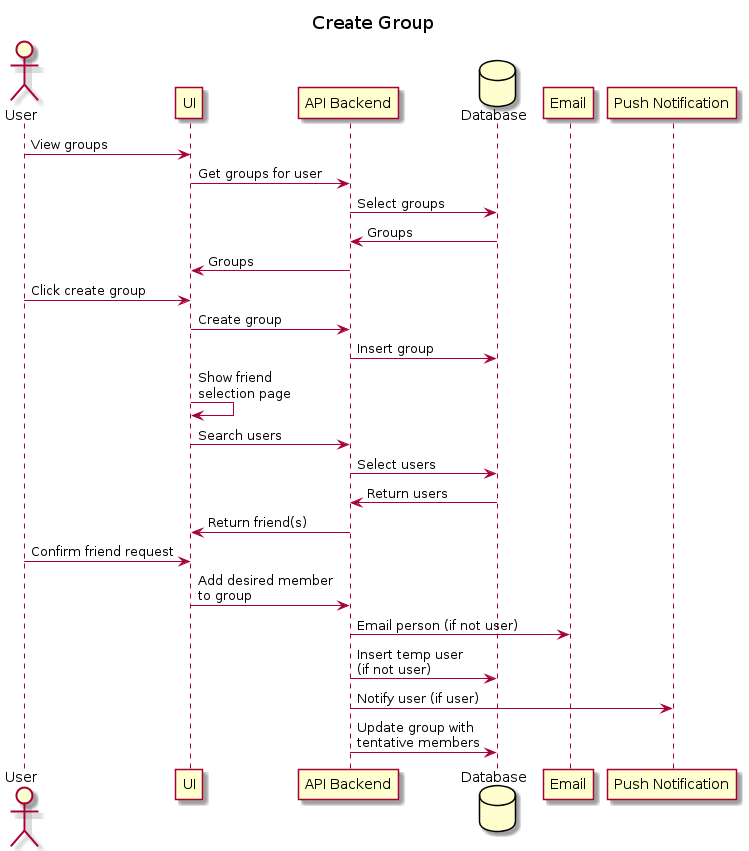
This is docs/Diagrams/out/UserStories/Create Group.png from adhurjaty/prediction-app, a PlantUML export, as it was before one commit.
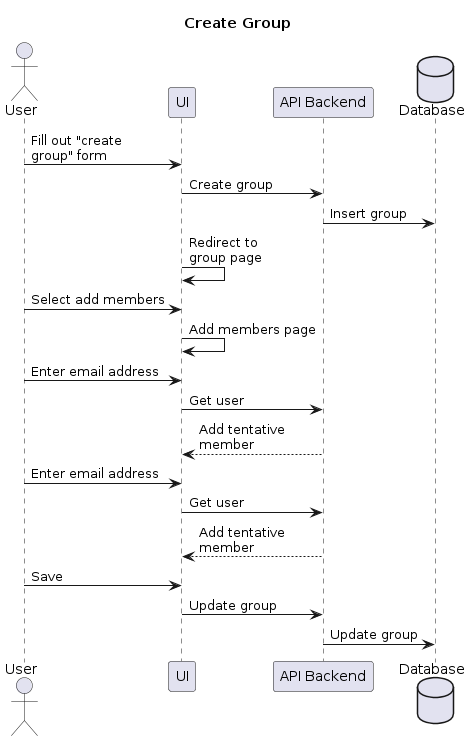
Later version of the same file.

Commit message:
update create group and registration diagrams

The edit, as a diff of the source:
```diff
@@ -6,27 +6,21 @@
 participant UI as ui
 participant "API Backend" as api
 database Database as db
-participant Email as email
-participant "Push Notification" as pn
 
-user -> ui : View groups
-ui -> api : Get groups for user
-api -> db : Select groups
-db -> api : Groups
-api -> ui : Groups
-user -> ui : Click create group
+user -> ui : Fill out "create\ngroup" form
 ui -> api : Create group
 api -> db : Insert group
-ui -> ui : Show friend \nselection page
-ui -> api : Search users
-api -> db : Select users
-db -> api : Return users
-api -> ui : Return friend(s)
-user -> ui : Confirm friend request
-ui -> api : Add desired member\nto group
-api -> email : Email person (if not user)
-api -> db : Insert temp user\n(if not user)
-api -> pn : Notify user (if user)
-api -> db : Update group with\ntentative members
+ui -> ui : Redirect to\ngroup page
+user -> ui : Select add members
+ui -> ui : Add members page
+user -> ui : Enter email address
+ui -> api : Get user
+api --> ui : Add tentative\nmember
+user -> ui : Enter email address
+ui -> api : Get user
+api --> ui : Add tentative\nmember
+user -> ui : Save
+ui -> api : Update group
+api -> db : Update group
 
 @enduml
```
